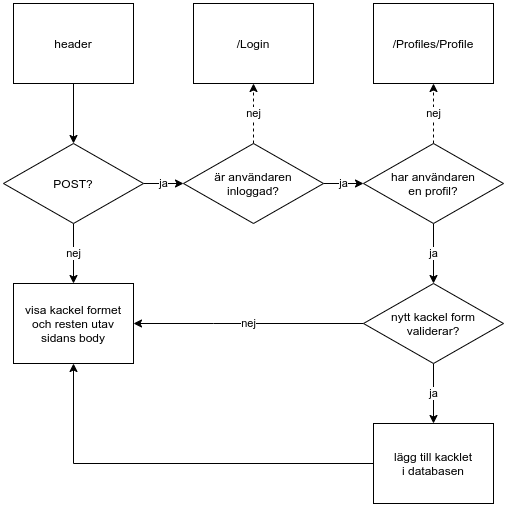
EliasEriksson/miun keeps this draw.io diagram as webbutveckling/Webbutveckling2/Moment/Moment4/Diagrams/Flowcharts/flowHeader.png. Above is the earlier version. Source tidied: cells renumbered, new cells last; positions are measured from the earlier drawing's top-left corner, leaving out a move shared by most shapes.
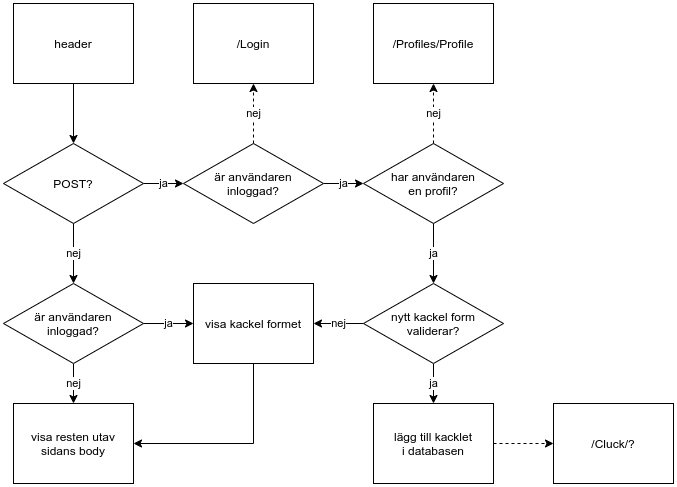
After the change.

The edit, as a diff of the source:
```diff
@@ -11,22 +11,17 @@
     <mxCell id="4" value="ja" style="edgeStyle=orthogonalEdgeStyle;rounded=0;jettySize=auto;html=1;" parent="1" edge="1" source="6" target="12">
       <mxGeometry relative="1" as="geometry" />
     </mxCell>
-    <mxCell id="5" value="nej" style="edgeStyle=orthogonalEdgeStyle;rounded=0;jettySize=auto;html=1;" parent="1" edge="1" source="6" target="16">
-      <mxGeometry relative="1" as="geometry" />
-    </mxCell>
+    <mxCell id="21" value="nej" style="edgeStyle=orthogonalEdgeStyle;rounded=0;jettySize=auto;html=1;" parent="1" edge="1" source="6" target="26">
+      <mxGeometry relative="1" as="geometry" />
+    </mxCell>
     <mxCell id="6" value="POST?" style="rhombus;whiteSpace=wrap;html=1;rounded=0;" parent="1" vertex="1">
       <mxGeometry y="140" width="140" height="80" as="geometry" />
     </mxCell>
     <mxCell id="7" value="ja" style="edgeStyle=orthogonalEdgeStyle;rounded=0;jettySize=auto;html=1;" parent="1" edge="1" source="9" target="20">
       <mxGeometry relative="1" as="geometry" />
     </mxCell>
-    <mxCell id="8" value="nej" style="edgeStyle=orthogonalEdgeStyle;rounded=0;jettySize=auto;html=1;" parent="1" edge="1" source="9" target="16">
-      <mxGeometry relative="1" as="geometry">
-        <Array as="points">
-          <mxPoint x="210" y="320" />
-          <mxPoint x="210" y="320" />
-        </Array>
-      </mxGeometry>
+    <mxCell id="8" value="nej" style="edgeStyle=orthogonalEdgeStyle;rounded=0;jettySize=auto;html=1;entryX=1;entryY=0.5;entryDx=0;entryDy=0;" parent="1" edge="1" source="9" target="16">
+      <mxGeometry relative="1" as="geometry" />
     </mxCell>
     <mxCell id="9" value="nytt kackel form&lt;br&gt;validerar?" style="rhombus;whiteSpace=wrap;html=1;rounded=0;" parent="1" vertex="1">
       <mxGeometry x="360" y="280" width="140" height="80" as="geometry" />
@@ -49,8 +44,15 @@
     <mxCell id="15" value="har användaren&lt;br&gt;en profil?" style="rhombus;whiteSpace=wrap;html=1;rounded=0;" parent="1" vertex="1">
       <mxGeometry x="360" y="140" width="140" height="80" as="geometry" />
     </mxCell>
+    <mxCell id="22" style="edgeStyle=orthogonalEdgeStyle;rounded=0;jettySize=auto;html=1;entryX=1;entryY=0.5;entryDx=0;entryDy=0;" parent="1" edge="1" source="16" target="27">
+      <mxGeometry relative="1" as="geometry">
+        <Array as="points">
+          <mxPoint x="250" y="440" />
+        </Array>
+      </mxGeometry>
+    </mxCell>
-    <mxCell id="16" value="visa kackel formet&lt;br&gt;och resten utav&lt;br&gt;sidans body" style="whiteSpace=wrap;html=1;rounded=0;" parent="1" vertex="1">
-      <mxGeometry x="10" y="280" width="120" height="80" as="geometry" />
+    <mxCell id="16" value="visa kackel formet" style="whiteSpace=wrap;html=1;rounded=0;" parent="1" vertex="1">
+      <mxGeometry x="190" y="280" width="120" height="80" as="geometry" />
     </mxCell>
     <mxCell id="17" value="/Login" style="whiteSpace=wrap;html=1;rounded=0;" parent="1" vertex="1">
       <mxGeometry x="190" width="120" height="80" as="geometry" />
@@ -58,15 +60,26 @@
     <mxCell id="18" value="/Profiles/Profile" style="whiteSpace=wrap;html=1;rounded=0;" parent="1" vertex="1">
       <mxGeometry x="370" width="120" height="80" as="geometry" />
     </mxCell>
-    <mxCell id="19" style="edgeStyle=orthogonalEdgeStyle;rounded=0;jettySize=auto;html=1;" parent="1" edge="1" source="20" target="16">
-      <mxGeometry relative="1" as="geometry">
-        <Array as="points">
-          <mxPoint x="70" y="460" />
-        </Array>
-      </mxGeometry>
-    </mxCell>
+    <mxCell id="23" style="edgeStyle=orthogonalEdgeStyle;rounded=0;jettySize=auto;html=1;dashed=1;" parent="1" edge="1" source="20" target="28">
+      <mxGeometry relative="1" as="geometry" />
+    </mxCell>
     <mxCell id="20" value="lägg till kacklet&lt;br&gt;i databasen" style="whiteSpace=wrap;html=1;rounded=0;" parent="1" vertex="1">
-      <mxGeometry x="370" y="420" width="120" height="80" as="geometry" />
+      <mxGeometry x="370" y="400" width="120" height="80" as="geometry" />
     </mxCell>
+    <mxCell id="24" value="ja" style="edgeStyle=orthogonalEdgeStyle;rounded=0;jettySize=auto;html=1;entryX=0;entryY=0.5;entryDx=0;entryDy=0;" parent="1" edge="1" source="26" target="16">
+      <mxGeometry relative="1" as="geometry" />
+    </mxCell>
+    <mxCell id="25" value="nej" style="edgeStyle=orthogonalEdgeStyle;rounded=0;jettySize=auto;html=1;" parent="1" edge="1" source="26" target="27">
+      <mxGeometry relative="1" as="geometry" />
+    </mxCell>
+    <mxCell id="26" value="är användaren&lt;br&gt;inloggad?" style="rhombus;whiteSpace=wrap;html=1;rounded=0;" parent="1" vertex="1">
+      <mxGeometry y="280" width="140" height="80" as="geometry" />
+    </mxCell>
+    <mxCell id="27" value="visa resten utav&lt;br&gt;sidans body" style="whiteSpace=wrap;html=1;rounded=0;" parent="1" vertex="1">
+      <mxGeometry x="10" y="400" width="120" height="80" as="geometry" />
+    </mxCell>
+    <mxCell id="28" value="/Cluck/?" style="whiteSpace=wrap;html=1;rounded=0;" parent="1" vertex="1">
+      <mxGeometry x="550" y="400" width="120" height="80" as="geometry" />
+    </mxCell>
   </root>
 </mxGraphModel>
```
